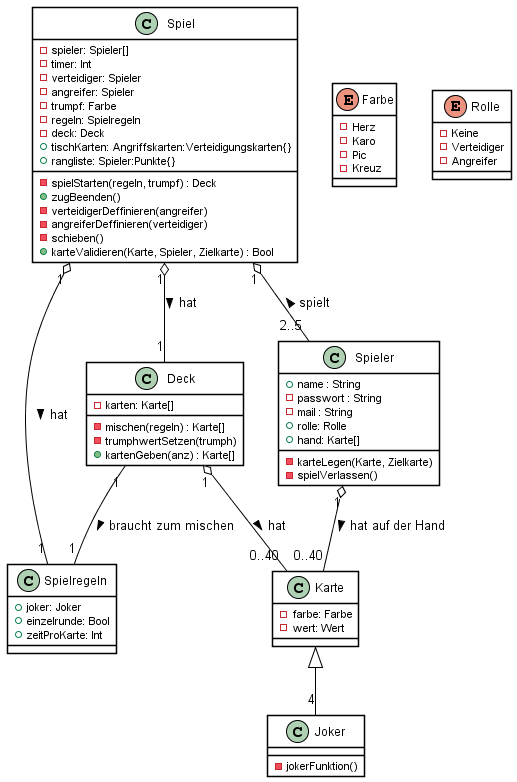
DerLurchi/Durak keeps this PlantUML diagram as Klassendiagramm/Durak Spiel.png. Above is the earlier version.
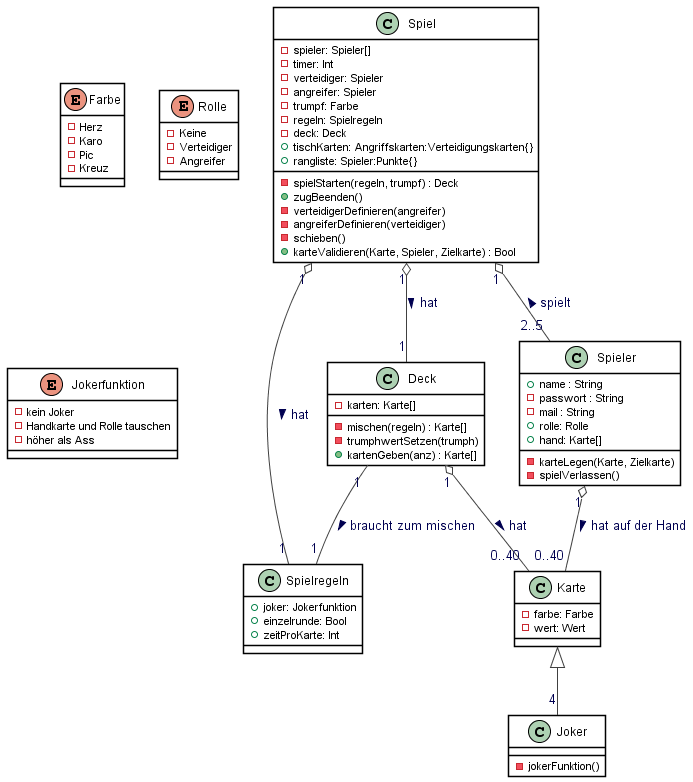
Above is the later version.

Change to the diagram source:
```diff
@@ -5,7 +5,8 @@
     ClassBorderColor black
 
 
-    ArrowColor black
+    ArrowColor #404040
+    ArrowFontColor #000050
 
     Shadowing false
 
@@ -24,14 +25,14 @@
 
     -spielStarten(regeln, trumpf) : Deck
     + zugBeenden()
-    -verteidigerDeffinieren(angreifer)
-    -angreiferDeffinieren(verteidiger)
+    -verteidigerDefinieren(angreifer)
+    -angreiferDefinieren(verteidiger)
     -schieben()
     +karteValidieren(Karte, Spieler, Zielkarte) : Bool
 }
 
 class Spielregeln {
-    + joker: Joker
+    + joker: Jokerfunktion
     + einzelrunde: Bool
     + zeitProKarte: Int
 }
@@ -77,6 +78,13 @@
     - Angreifer
 }
 
+enum Jokerfunktion {
+    -kein Joker
+    -Handkarte und Rolle tauschen
+    -höher als Ass
+}
+
+
 Spiel "1" o-- "2..5" Spieler : spielt <
 
 Spiel "1" o-- "1" Deck : hat >
```
